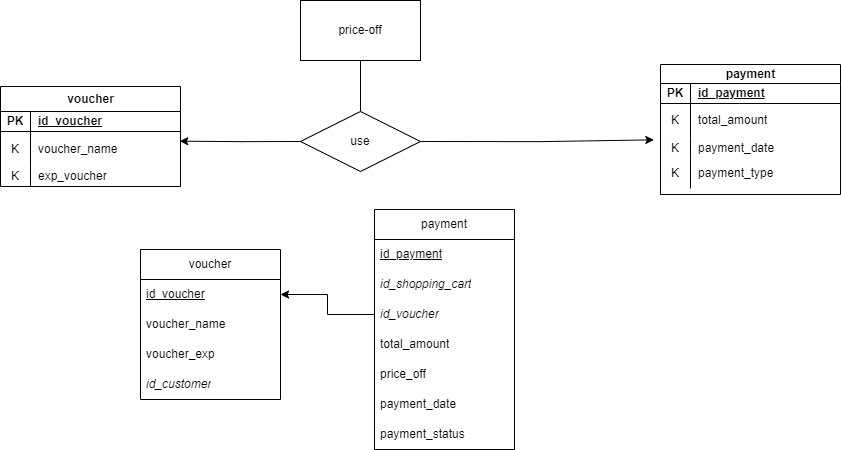
Earlier version of the draw.io export Data Storing/design/translate6.png (wargabasdat/Seleksi-2023-Tugas-1). Source tidied: cells renumbered, new cells last; positions are measured from the earlier drawing's top-left corner, leaving out a move shared by most shapes.
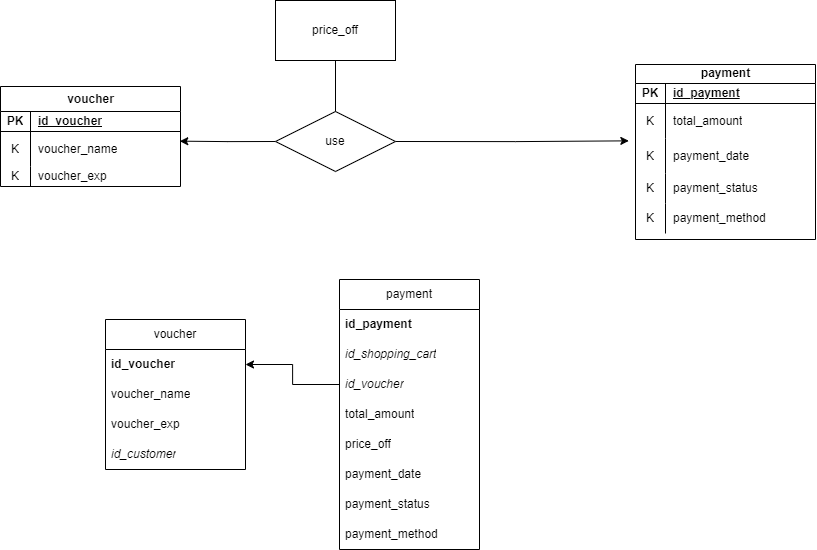
The same file after the commit.

The edit, as a diff of the source:
```diff
@@ -3,93 +3,102 @@
     <mxCell id="0" />
     <mxCell id="1" parent="0" />
     <mxCell id="2" value="payment" style="shape=table;startSize=19;rowLines=0;fontStyle=1;align=center;html=1;" parent="1" vertex="1">
-      <mxGeometry x="660" y="64" width="180" height="130" as="geometry" />
+      <mxGeometry x="660" y="64" width="180" height="175" as="geometry" />
     </mxCell>
     <mxCell id="3" style="shape=tableRow;horizontal=0;startSize=0;swimlaneHead=0;swimlaneBody=0;fillColor=none;top=0;left=0;right=0;bottom=1;" parent="2" vertex="1">
       <mxGeometry y="19" width="180" height="20" as="geometry" />
     </mxCell>
-    <mxCell id="4" value="PK" style="shape=partialRectangle;fillColor=none;top=0;left=0;bottom=0;right=0;fontStyle=1;overflow=hidden;whiteSpace=wrap;html=1;" parent="3" vertex="1">
-      <mxGeometry width="30" height="20" as="geometry" />
-    </mxCell>
+    <mxCell id="44" value="PK" style="shape=partialRectangle;fillColor=none;top=0;left=0;bottom=0;right=0;fontStyle=1;overflow=hidden;whiteSpace=wrap;html=1;" parent="3" vertex="1">
+      <mxGeometry width="30" height="20" as="geometry" />
+    </mxCell>
     <mxCell id="5" value="id_payment" style="shape=partialRectangle;fillColor=none;top=0;left=0;bottom=0;right=0;align=left;spacingLeft=6;fontStyle=5;overflow=hidden;whiteSpace=wrap;html=1;" parent="3" vertex="1">
       <mxGeometry x="30" width="150" height="20" as="geometry" />
     </mxCell>
     <mxCell id="6" style="shape=tableRow;horizontal=0;startSize=0;swimlaneHead=0;swimlaneBody=0;fillColor=none;top=0;left=0;right=0;bottom=0;" parent="2" vertex="1">
       <mxGeometry y="39" width="180" height="35" as="geometry" />
     </mxCell>
-    <mxCell id="7" value="K" style="shape=partialRectangle;fillColor=none;top=0;left=0;bottom=0;right=0;overflow=hidden;whiteSpace=wrap;html=1;" parent="6" vertex="1">
-      <mxGeometry width="30" height="35" as="geometry" />
-    </mxCell>
+    <mxCell id="45" value="K" style="shape=partialRectangle;fillColor=none;top=0;left=0;bottom=0;right=0;overflow=hidden;whiteSpace=wrap;html=1;" parent="6" vertex="1">
+      <mxGeometry width="30" height="35" as="geometry" />
+    </mxCell>
     <mxCell id="8" value="total_amount" style="shape=partialRectangle;fillColor=none;top=0;left=0;bottom=0;right=0;align=left;spacingLeft=6;overflow=hidden;whiteSpace=wrap;html=1;" parent="6" vertex="1">
       <mxGeometry x="30" width="150" height="35" as="geometry" />
     </mxCell>
-    <mxCell id="9" style="shape=tableRow;horizontal=0;startSize=0;swimlaneHead=0;swimlaneBody=0;fillColor=none;points=[[0,0.5],[1,0.5]];portConstraint=eastwest;top=0;left=0;right=0;bottom=0;" parent="2" vertex="1">
-      <mxGeometry y="74" width="180" height="20" as="geometry" />
-    </mxCell>
-    <mxCell id="10" value="K" style="shape=partialRectangle;fillColor=none;top=0;left=0;bottom=0;right=0;overflow=hidden;whiteSpace=wrap;html=1;" parent="9" vertex="1">
-      <mxGeometry width="30" height="20" as="geometry" />
-    </mxCell>
+    <mxCell id="46" style="shape=tableRow;horizontal=0;startSize=0;swimlaneHead=0;swimlaneBody=0;fillColor=none;points=[[0,0.5],[1,0.5]];portConstraint=eastwest;top=0;left=0;right=0;bottom=0;" parent="2" vertex="1">
+      <mxGeometry y="74" width="180" height="35" as="geometry" />
+    </mxCell>
+    <mxCell id="47" value="K" style="shape=partialRectangle;fillColor=none;top=0;left=0;bottom=0;right=0;overflow=hidden;whiteSpace=wrap;html=1;" parent="46" vertex="1">
+      <mxGeometry width="30" height="35" as="geometry" />
+    </mxCell>
-    <mxCell id="11" value="payment_date" style="shape=partialRectangle;fillColor=none;top=0;left=0;bottom=0;right=0;align=left;spacingLeft=6;overflow=hidden;whiteSpace=wrap;html=1;" parent="9" vertex="1">
-      <mxGeometry x="30" width="150" height="20" as="geometry" />
+    <mxCell id="11" value="payment_date" style="shape=partialRectangle;fillColor=none;top=0;left=0;bottom=0;right=0;align=left;spacingLeft=6;overflow=hidden;whiteSpace=wrap;html=1;" parent="46" vertex="1">
+      <mxGeometry x="30" width="150" height="35" as="geometry" />
     </mxCell>
-    <mxCell id="12" style="shape=tableRow;horizontal=0;startSize=0;swimlaneHead=0;swimlaneBody=0;fillColor=none;top=0;left=0;right=0;bottom=0;" parent="2" vertex="1">
-      <mxGeometry y="94" width="180" height="30" as="geometry" />
-    </mxCell>
-    <mxCell id="13" value="K" style="shape=partialRectangle;fillColor=none;top=0;left=0;bottom=0;right=0;overflow=hidden;whiteSpace=wrap;html=1;" parent="12" vertex="1">
-      <mxGeometry width="30" height="30" as="geometry" />
-    </mxCell>
-    <mxCell id="14" value="payment_type" style="shape=partialRectangle;fillColor=none;top=0;left=0;bottom=0;right=0;align=left;spacingLeft=6;overflow=hidden;whiteSpace=wrap;html=1;" parent="12" vertex="1">
-      <mxGeometry x="30" width="150" height="30" as="geometry" />
-    </mxCell>
+    <mxCell id="48" style="shape=tableRow;horizontal=0;startSize=0;swimlaneHead=0;swimlaneBody=0;fillColor=none;top=0;left=0;right=0;bottom=0;" parent="2" vertex="1">
+      <mxGeometry y="109" width="180" height="30" as="geometry" />
+    </mxCell>
+    <mxCell id="49" value="K" style="shape=partialRectangle;fillColor=none;top=0;left=0;bottom=0;right=0;overflow=hidden;whiteSpace=wrap;html=1;" parent="48" vertex="1">
+      <mxGeometry width="30" height="30" as="geometry" />
+    </mxCell>
+    <mxCell id="50" value="payment_status" style="shape=partialRectangle;fillColor=none;top=0;left=0;bottom=0;right=0;align=left;spacingLeft=6;overflow=hidden;whiteSpace=wrap;html=1;" parent="48" vertex="1">
+      <mxGeometry x="30" width="150" height="30" as="geometry" />
+    </mxCell>
+    <mxCell id="51" style="shape=tableRow;horizontal=0;startSize=0;swimlaneHead=0;swimlaneBody=0;fillColor=none;top=0;left=0;right=0;bottom=0;" parent="2" vertex="1">
+      <mxGeometry y="139" width="180" height="30" as="geometry" />
+    </mxCell>
+    <mxCell id="52" value="K" style="shape=partialRectangle;fillColor=none;top=0;left=0;bottom=0;right=0;overflow=hidden;whiteSpace=wrap;html=1;" parent="51" vertex="1">
+      <mxGeometry width="30" height="30" as="geometry" />
+    </mxCell>
+    <mxCell id="53" value="payment_method" style="shape=partialRectangle;fillColor=none;top=0;left=0;bottom=0;right=0;align=left;spacingLeft=6;overflow=hidden;whiteSpace=wrap;html=1;" parent="51" vertex="1">
+      <mxGeometry x="30" width="150" height="30" as="geometry" />
+    </mxCell>
     <mxCell id="15" value="voucher" style="shape=table;startSize=25;rowLines=0;fontStyle=1;align=center;html=1;" parent="1" vertex="1">
-      <mxGeometry y="86" width="180" height="100" as="geometry" />
+      <mxGeometry x="25" y="86" width="180" height="100" as="geometry" />
     </mxCell>
     <mxCell id="16" style="shape=tableRow;horizontal=0;startSize=0;swimlaneHead=0;swimlaneBody=0;fillColor=none;top=0;left=0;right=0;bottom=1;" parent="15" vertex="1">
       <mxGeometry y="25" width="180" height="20" as="geometry" />
     </mxCell>
-    <mxCell id="17" value="PK" style="shape=partialRectangle;fillColor=none;top=0;left=0;bottom=0;right=0;fontStyle=1;overflow=hidden;whiteSpace=wrap;html=1;" parent="16" vertex="1">
-      <mxGeometry width="30" height="20" as="geometry" />
-    </mxCell>
+    <mxCell id="54" value="PK" style="shape=partialRectangle;fillColor=none;top=0;left=0;bottom=0;right=0;fontStyle=1;overflow=hidden;whiteSpace=wrap;html=1;" parent="16" vertex="1">
+      <mxGeometry width="30" height="20" as="geometry" />
+    </mxCell>
     <mxCell id="18" value="id_voucher" style="shape=partialRectangle;fillColor=none;top=0;left=0;bottom=0;right=0;align=left;spacingLeft=6;fontStyle=5;overflow=hidden;whiteSpace=wrap;html=1;" parent="16" vertex="1">
       <mxGeometry x="30" width="150" height="20" as="geometry" />
     </mxCell>
     <mxCell id="19" style="shape=tableRow;horizontal=0;startSize=0;swimlaneHead=0;swimlaneBody=0;fillColor=none;points=[[0,0.5],[1,0.5]];portConstraint=eastwest;top=0;left=0;right=0;bottom=0;" parent="15" vertex="1">
       <mxGeometry y="45" width="180" height="35" as="geometry" />
     </mxCell>
-    <mxCell id="20" value="K" style="shape=partialRectangle;fillColor=none;top=0;left=0;bottom=0;right=0;overflow=hidden;whiteSpace=wrap;html=1;" parent="19" vertex="1">
-      <mxGeometry width="30" height="35" as="geometry" />
-    </mxCell>
+    <mxCell id="55" value="K" style="shape=partialRectangle;fillColor=none;top=0;left=0;bottom=0;right=0;overflow=hidden;whiteSpace=wrap;html=1;" parent="19" vertex="1">
+      <mxGeometry width="30" height="35" as="geometry" />
+    </mxCell>
     <mxCell id="21" value="voucher_name" style="shape=partialRectangle;fillColor=none;top=0;left=0;bottom=0;right=0;align=left;spacingLeft=6;overflow=hidden;whiteSpace=wrap;html=1;" parent="19" vertex="1">
       <mxGeometry x="30" width="150" height="35" as="geometry" />
     </mxCell>
     <mxCell id="22" style="shape=tableRow;horizontal=0;startSize=0;swimlaneHead=0;swimlaneBody=0;fillColor=none;top=0;left=0;right=0;bottom=0;" parent="15" vertex="1">
       <mxGeometry y="80" width="180" height="20" as="geometry" />
     </mxCell>
-    <mxCell id="23" value="K" style="shape=partialRectangle;fillColor=none;top=0;left=0;bottom=0;right=0;overflow=hidden;whiteSpace=wrap;html=1;" parent="22" vertex="1">
-      <mxGeometry width="30" height="20" as="geometry" />
-    </mxCell>
-    <mxCell id="24" value="exp_voucher" style="shape=partialRectangle;fillColor=none;top=0;left=0;bottom=0;right=0;align=left;spacingLeft=6;overflow=hidden;whiteSpace=wrap;html=1;" parent="22" vertex="1">
-      <mxGeometry x="30" width="150" height="20" as="geometry" />
-    </mxCell>
+    <mxCell id="56" value="K" style="shape=partialRectangle;fillColor=none;top=0;left=0;bottom=0;right=0;overflow=hidden;whiteSpace=wrap;html=1;" parent="22" vertex="1">
+      <mxGeometry width="30" height="20" as="geometry" />
+    </mxCell>
+    <mxCell id="57" value="voucher_exp" style="shape=partialRectangle;fillColor=none;top=0;left=0;bottom=0;right=0;align=left;spacingLeft=6;overflow=hidden;whiteSpace=wrap;html=1;" parent="22" vertex="1">
+      <mxGeometry x="30" width="150" height="20" as="geometry" />
+    </mxCell>
     <mxCell id="25" style="edgeStyle=orthogonalEdgeStyle;rounded=0;jettySize=auto;html=1;exitX=0;exitY=0.5;exitDx=0;exitDy=0;entryX=0.996;entryY=0.276;entryDx=0;entryDy=0;entryPerimeter=0;" parent="1" edge="1" source="27" target="19">
       <mxGeometry relative="1" as="geometry" />
     </mxCell>
-    <mxCell id="26" style="edgeStyle=orthogonalEdgeStyle;rounded=0;jettySize=auto;html=1;exitX=1;exitY=0.5;exitDx=0;exitDy=0;entryX=-0.037;entryY=0.067;entryDx=0;entryDy=0;entryPerimeter=0;" parent="1" edge="1" source="27" target="9">
-      <mxGeometry relative="1" as="geometry" />
-    </mxCell>
+    <mxCell id="58" style="edgeStyle=orthogonalEdgeStyle;rounded=0;jettySize=auto;html=1;exitX=1;exitY=0.5;exitDx=0;exitDy=0;entryX=-0.037;entryY=0.067;entryDx=0;entryDy=0;entryPerimeter=0;" parent="1" edge="1" source="27" target="46">
+      <mxGeometry relative="1" as="geometry" />
+    </mxCell>
     <mxCell id="27" value="use" style="shape=rhombus;perimeter=rhombusPerimeter;whiteSpace=wrap;html=1;align=center;" parent="1" vertex="1">
       <mxGeometry x="300" y="111" width="120" height="60" as="geometry" />
     </mxCell>
-    <mxCell id="28" value="price-off" style="rounded=0;whiteSpace=wrap;html=1;" parent="1" vertex="1">
-      <mxGeometry x="300" width="120" height="60" as="geometry" />
-    </mxCell>
-    <mxCell id="29" style="endArrow=none;html=1;rounded=0;exitX=0.5;exitY=0;exitDx=0;exitDy=0;entryX=0.5;entryY=1;entryDx=0;entryDy=0;" parent="1" edge="1" source="27" target="28">
-      <mxGeometry relative="1" as="geometry" />
-    </mxCell>
+    <mxCell id="59" value="price_off" style="rounded=0;whiteSpace=wrap;html=1;" parent="1" vertex="1">
+      <mxGeometry x="300" width="120" height="60" as="geometry" />
+    </mxCell>
+    <mxCell id="60" style="endArrow=none;html=1;rounded=0;exitX=0.5;exitY=0;exitDx=0;exitDy=0;entryX=0.5;entryY=1;entryDx=0;entryDy=0;" parent="1" edge="1" source="27" target="59">
+      <mxGeometry relative="1" as="geometry" />
+    </mxCell>
     <mxCell id="30" value="payment" style="swimlane;fontStyle=0;horizontal=1;startSize=30;whiteSpace=wrap;html=1;" parent="1" vertex="1">
-      <mxGeometry x="374" y="209" width="140" height="240" as="geometry" />
+      <mxGeometry x="364" y="279" width="140" height="270" as="geometry" />
     </mxCell>
-    <mxCell id="31" value="&lt;u&gt;id_payment&lt;/u&gt;" style="text;strokeColor=none;fillColor=none;align=left;verticalAlign=middle;spacingLeft=4;spacingRight=4;overflow=hidden;whiteSpace=wrap;html=1;" parent="30" vertex="1">
+    <mxCell id="31" value="&lt;b&gt;id_payment&lt;/b&gt;" style="text;strokeColor=none;fillColor=none;align=left;verticalAlign=middle;spacingLeft=4;spacingRight=4;overflow=hidden;whiteSpace=wrap;html=1;" parent="30" vertex="1">
       <mxGeometry y="30" width="140" height="30" as="geometry" />
     </mxCell>
     <mxCell id="32" value="&lt;i&gt;id_shopping_cart&lt;/i&gt;" style="text;strokeColor=none;fillColor=none;align=left;verticalAlign=middle;spacingLeft=4;spacingRight=4;overflow=hidden;whiteSpace=wrap;html=1;" parent="30" vertex="1">
@@ -110,10 +119,13 @@
     <mxCell id="37" value="payment_status" style="text;strokeColor=none;fillColor=none;align=left;verticalAlign=middle;spacingLeft=4;spacingRight=4;overflow=hidden;whiteSpace=wrap;html=1;" parent="30" vertex="1">
       <mxGeometry y="210" width="140" height="30" as="geometry" />
     </mxCell>
+    <mxCell id="61" value="payment_method" style="text;strokeColor=none;fillColor=none;align=left;verticalAlign=middle;spacingLeft=4;spacingRight=4;overflow=hidden;whiteSpace=wrap;html=1;" parent="30" vertex="1">
+      <mxGeometry y="240" width="140" height="30" as="geometry" />
+    </mxCell>
     <mxCell id="38" value="voucher" style="swimlane;fontStyle=0;horizontal=1;startSize=30;whiteSpace=wrap;html=1;" parent="1" vertex="1">
-      <mxGeometry x="140" y="249" width="140" height="150" as="geometry" />
+      <mxGeometry x="130" y="319" width="140" height="150" as="geometry" />
     </mxCell>
-    <mxCell id="39" value="&lt;u&gt;id_voucher&lt;/u&gt;" style="text;strokeColor=none;fillColor=none;align=left;verticalAlign=middle;spacingLeft=4;spacingRight=4;overflow=hidden;points=[[0,0.5],[1,0.5]];portConstraint=eastwest;whiteSpace=wrap;html=1;" parent="38" vertex="1">
+    <mxCell id="39" value="&lt;b&gt;id_voucher&lt;/b&gt;" style="text;strokeColor=none;fillColor=none;align=left;verticalAlign=middle;spacingLeft=4;spacingRight=4;overflow=hidden;points=[[0,0.5],[1,0.5]];portConstraint=eastwest;whiteSpace=wrap;html=1;" parent="38" vertex="1">
       <mxGeometry y="30" width="140" height="30" as="geometry" />
     </mxCell>
     <mxCell id="40" value="voucher_name" style="text;strokeColor=none;fillColor=none;align=left;verticalAlign=middle;spacingLeft=4;spacingRight=4;overflow=hidden;whiteSpace=wrap;html=1;" parent="38" vertex="1">
```
